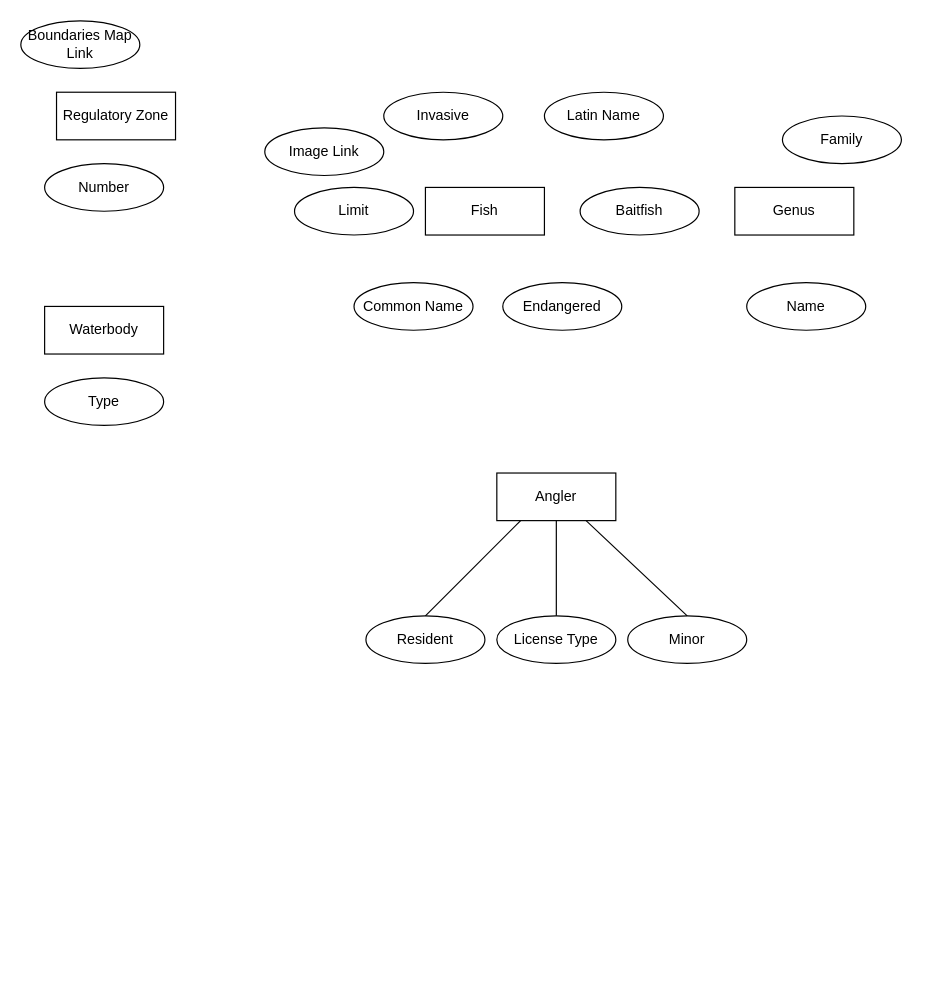
spjanic10/fishOntario keeps this draw.io diagram as lab2.drawio. Above is the earlier version. Source tidied: cells renumbered, new cells numbered last; positions are measured from the earlier drawing's top-left corner, leaving out a move shared by most shapes. Both pictures are drawn from the tidied source at 119%, with x=0, y=0 at pixel (20, 20).
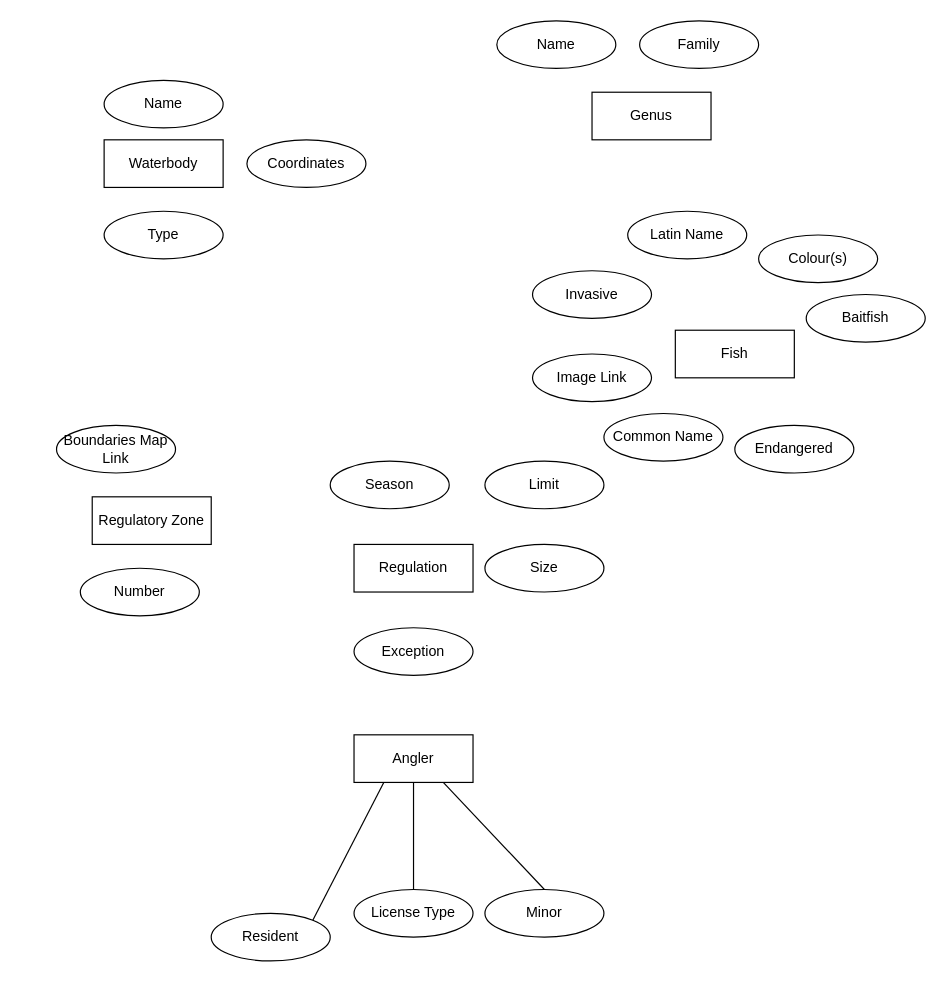
The same page after the edit.

Commit message:
before relationships

Change to the diagram source:
```diff
@@
     <mxCell id="2" value="Regulatory Zone" style="whiteSpace=wrap;html=1;align=center;" parent="1" vertex="1">
-      <mxGeometry x="30" y="60" width="100" height="40" as="geometry" />
+      <mxGeometry x="60" y="400" width="100" height="40" as="geometry" />
     </mxCell>
     <mxCell id="3" value="Fish" style="whiteSpace=wrap;html=1;align=center;" parent="1" vertex="1">
-      <mxGeometry x="340" y="140" width="100" height="40" as="geometry" />
+      <mxGeometry x="550" y="260" width="100" height="40" as="geometry" />
     </mxCell>
     <mxCell id="4" value="&lt;div&gt;Genus&lt;/div&gt;" style="whiteSpace=wrap;html=1;align=center;" parent="1" vertex="1">
-      <mxGeometry x="600" y="140" width="100" height="40" as="geometry" />
+      <mxGeometry x="480" y="60" width="100" height="40" as="geometry" />
     </mxCell>
     <mxCell id="5" value="Waterbody" style="whiteSpace=wrap;html=1;align=center;" parent="1" vertex="1">
-      <mxGeometry x="20" y="240" width="100" height="40" as="geometry" />
+      <mxGeometry x="70" y="100" width="100" height="40" as="geometry" />
     </mxCell>
     <mxCell id="6" value="Angler" style="whiteSpace=wrap;html=1;align=center;" parent="1" vertex="1">
-      <mxGeometry x="400" y="380" width="100" height="40" as="geometry" />
+      <mxGeometry x="280" y="600" width="100" height="40" as="geometry" />
     </mxCell>
     <mxCell id="7" value="License Type" style="ellipse;whiteSpace=wrap;html=1;align=center;" parent="1" vertex="1">
-      <mxGeometry x="400" y="500" width="100" height="40" as="geometry" />
+      <mxGeometry x="280" y="730" width="100" height="40" as="geometry" />
     </mxCell>
     <mxCell id="8" value="Resident" style="ellipse;whiteSpace=wrap;html=1;align=center;" parent="1" vertex="1">
-      <mxGeometry x="290" y="500" width="100" height="40" as="geometry" />
+      <mxGeometry x="160" y="750" width="100" height="40" as="geometry" />
     </mxCell>
     <mxCell id="9" value="&lt;div&gt;Minor&lt;/div&gt;" style="ellipse;whiteSpace=wrap;html=1;align=center;" parent="1" vertex="1">
-      <mxGeometry x="510" y="500" width="100" height="40" as="geometry" />
+      <mxGeometry x="390" y="730" width="100" height="40" as="geometry" />
     </mxCell>
-    <mxCell id="10" style="endArrow=none;html=1;exitX=0.5;exitY=0;exitDx=0;exitDy=0;" parent="1" edge="1" source="8">
-      <mxGeometry relative="1" as="geometry">
-        <mxPoint x="420" y="420" as="targetPoint" />
-      </mxGeometry>
+    <mxCell id="10" style="endArrow=none;html=1;exitX=1;exitY=0;exitDx=0;exitDy=0;entryX=0.25;entryY=1;entryDx=0;entryDy=0;" parent="1" edge="1" source="8" target="6">
+      <mxGeometry relative="1" as="geometry" />
     </mxCell>
@@
     <mxCell id="13" value="&lt;div&gt;Type&lt;/div&gt;" style="ellipse;whiteSpace=wrap;html=1;align=center;" parent="1" vertex="1">
-      <mxGeometry x="20" y="300" width="100" height="40" as="geometry" />
+      <mxGeometry x="70" y="160" width="100" height="40" as="geometry" />
     </mxCell>
     <mxCell id="14" value="Number" style="ellipse;whiteSpace=wrap;html=1;align=center;" parent="1" vertex="1">
-      <mxGeometry x="20" y="120" width="100" height="40" as="geometry" />
+      <mxGeometry x="50" y="460" width="100" height="40" as="geometry" />
     </mxCell>
     <mxCell id="15" value="Invasive" style="ellipse;whiteSpace=wrap;html=1;align=center;" parent="1" vertex="1">
-      <mxGeometry x="305" y="60" width="100" height="40" as="geometry" />
+      <mxGeometry x="430" y="210" width="100" height="40" as="geometry" />
     </mxCell>
     <mxCell id="16" value="Common Name" style="ellipse;whiteSpace=wrap;html=1;align=center;" parent="1" vertex="1">
-      <mxGeometry x="280" y="220" width="100" height="40" as="geometry" />
+      <mxGeometry x="490" y="330" width="100" height="40" as="geometry" />
     </mxCell>
     <mxCell id="17" value="&lt;div&gt;Name&lt;/div&gt;" style="ellipse;whiteSpace=wrap;html=1;align=center;" parent="1" vertex="1">
-      <mxGeometry x="610" y="220" width="100" height="40" as="geometry" />
+      <mxGeometry x="400" width="100" height="40" as="geometry" />
     </mxCell>
     <mxCell id="18" value="Endangered" style="ellipse;whiteSpace=wrap;html=1;align=center;" parent="1" vertex="1">
-      <mxGeometry x="405" y="220" width="100" height="40" as="geometry" />
+      <mxGeometry x="600" y="340" width="100" height="40" as="geometry" />
     </mxCell>
     <mxCell id="19" value="Latin Name" style="ellipse;whiteSpace=wrap;html=1;align=center;" parent="1" vertex="1">
-      <mxGeometry x="440" y="60" width="100" height="40" as="geometry" />
+      <mxGeometry x="510" y="160" width="100" height="40" as="geometry" />
     </mxCell>
     <mxCell id="20" value="Family" style="ellipse;whiteSpace=wrap;html=1;align=center;" parent="1" vertex="1">
-      <mxGeometry x="640" y="80" width="100" height="40" as="geometry" />
+      <mxGeometry x="520" width="100" height="40" as="geometry" />
     </mxCell>
     <mxCell id="21" value="Baitfish" style="ellipse;whiteSpace=wrap;html=1;align=center;" parent="1" vertex="1">
-      <mxGeometry x="470" y="140" width="100" height="40" as="geometry" />
+      <mxGeometry x="660" y="230" width="100" height="40" as="geometry" />
     </mxCell>
     <mxCell id="22" value="Limit" style="ellipse;whiteSpace=wrap;html=1;align=center;" parent="1" vertex="1">
-      <mxGeometry x="230" y="140" width="100" height="40" as="geometry" />
+      <mxGeometry x="390" y="370" width="100" height="40" as="geometry" />
     </mxCell>
     <mxCell id="23" value="Image Link" style="ellipse;whiteSpace=wrap;html=1;align=center;" parent="1" vertex="1">
-      <mxGeometry x="205" y="90" width="100" height="40" as="geometry" />
+      <mxGeometry x="430" y="280" width="100" height="40" as="geometry" />
     </mxCell>
     <mxCell id="24" value="Boundaries Map Link" style="ellipse;whiteSpace=wrap;html=1;align=center;" parent="1" vertex="1">
-      <mxGeometry width="100" height="40" as="geometry" />
+      <mxGeometry x="30" y="340" width="100" height="40" as="geometry" />
     </mxCell>
+    <mxCell id="25" value="Regulation" style="whiteSpace=wrap;html=1;align=center;" parent="1" vertex="1">
+      <mxGeometry x="280" y="440" width="100" height="40" as="geometry" />
+    </mxCell>
+    <mxCell id="26" value="Exception" style="ellipse;whiteSpace=wrap;html=1;align=center;" parent="1" vertex="1">
+      <mxGeometry x="280" y="510" width="100" height="40" as="geometry" />
+    </mxCell>
+    <mxCell id="27" value="Season" style="ellipse;whiteSpace=wrap;html=1;align=center;" parent="1" vertex="1">
+      <mxGeometry x="260" y="370" width="100" height="40" as="geometry" />
+    </mxCell>
+    <mxCell id="28" value="Name" style="ellipse;whiteSpace=wrap;html=1;align=center;" parent="1" vertex="1">
+      <mxGeometry x="70" y="50" width="100" height="40" as="geometry" />
+    </mxCell>
+    <mxCell id="29" value="Coordinates" style="ellipse;whiteSpace=wrap;html=1;align=center;" parent="1" vertex="1">
+      <mxGeometry x="190" y="100" width="100" height="40" as="geometry" />
+    </mxCell>
+    <mxCell id="30" value="Size" style="ellipse;whiteSpace=wrap;html=1;align=center;" parent="1" vertex="1">
+      <mxGeometry x="390" y="440" width="100" height="40" as="geometry" />
+    </mxCell>
+    <mxCell id="31" value="Colour(s)" style="ellipse;whiteSpace=wrap;html=1;align=center;" parent="1" vertex="1">
+      <mxGeometry x="620" y="180" width="100" height="40" as="geometry" />
+    </mxCell>
```
